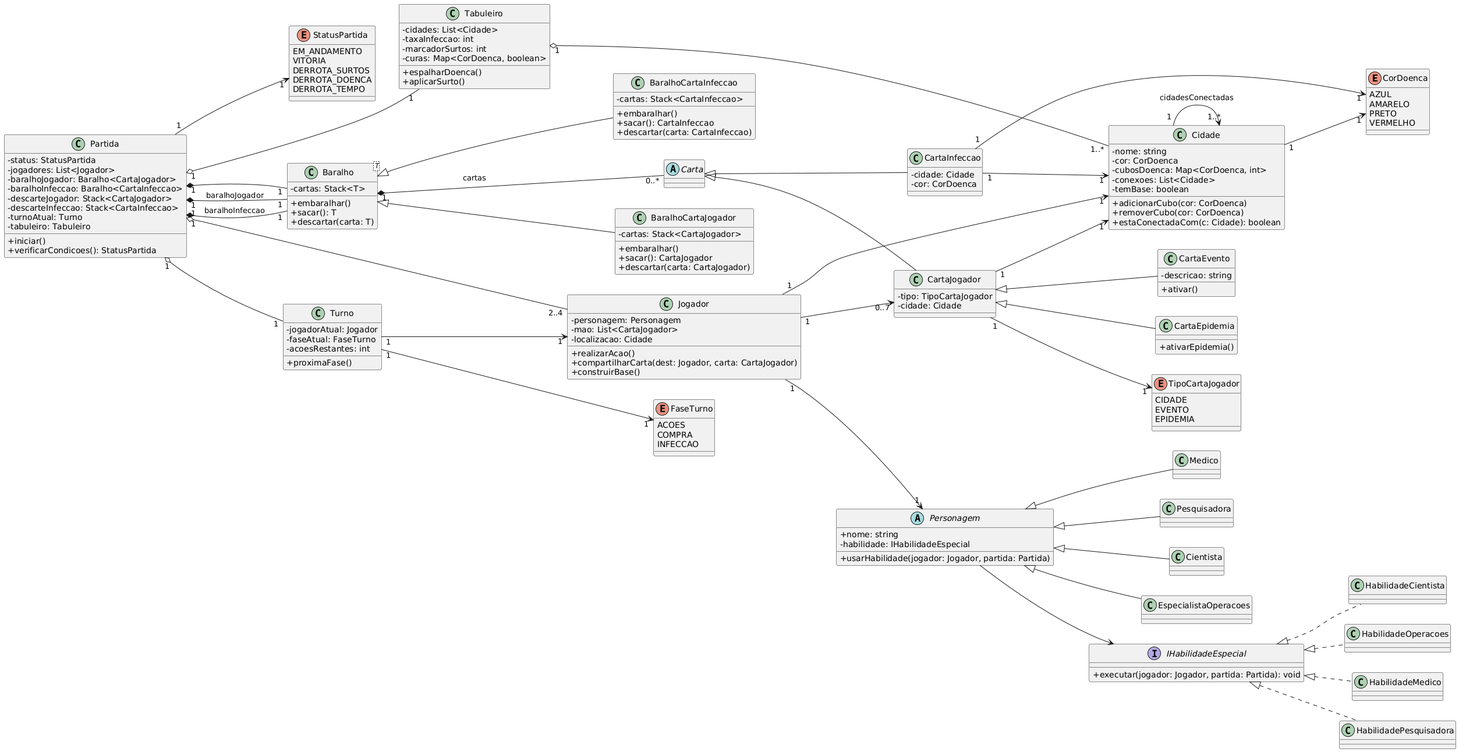
This is docs/diagram/class/pandemic_class_diagram.png from lionezajoao/trabalho-ps, a PlantUML export, as it was before one commit.
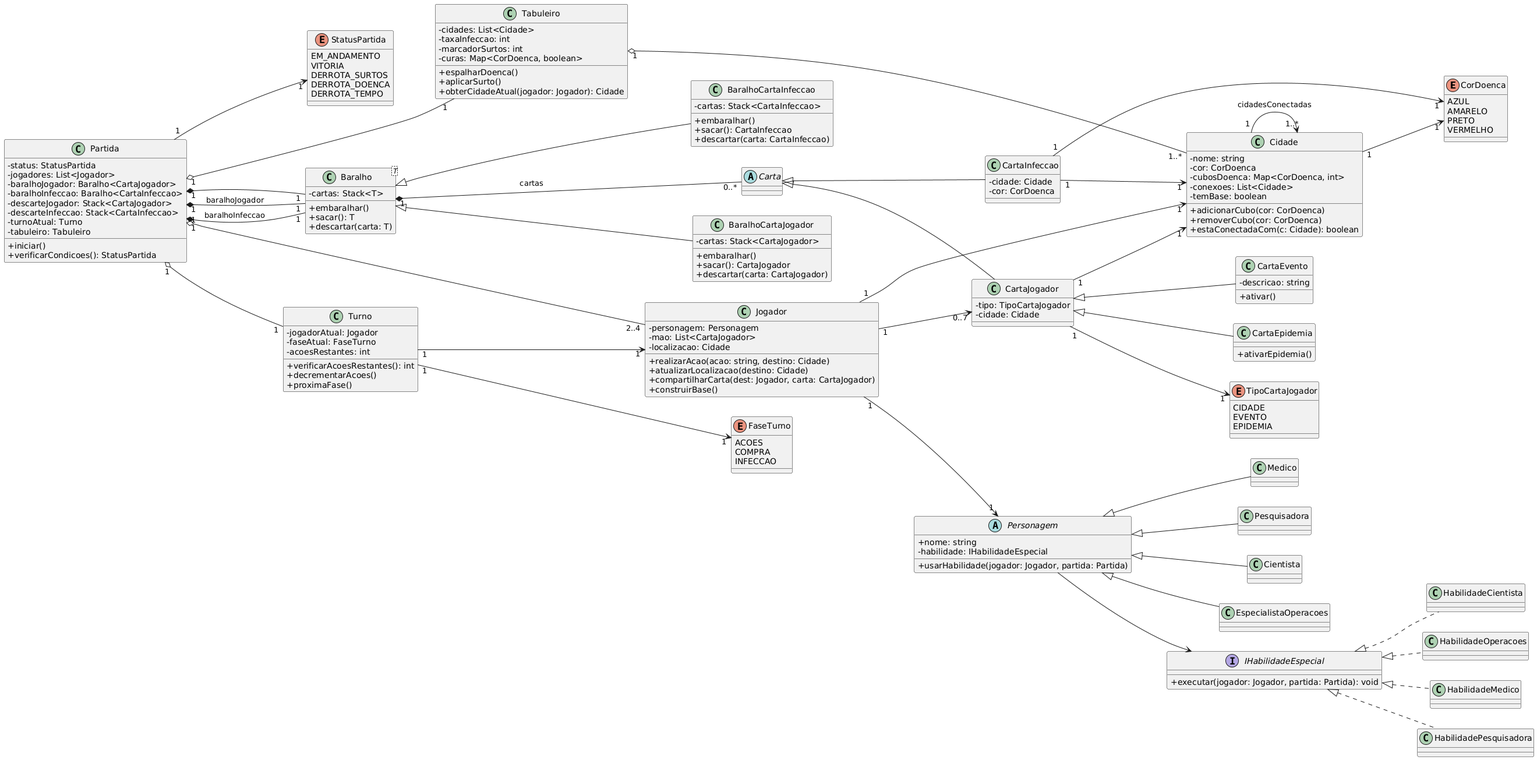
Later version of the same file.

Commit message:
feat: Add sequence diagram for player card discard process

The edit, as a diff of the source:
```diff
@@ -60,6 +60,8 @@
   - jogadorAtual: Jogador
   - faseAtual: FaseTurno
   - acoesRestantes: int
+  + verificarAcoesRestantes(): int
+  + decrementarAcoes()
   + proximaFase()
 }
 
@@ -70,6 +72,7 @@
   - curas: Map<CorDoenca, boolean>
   + espalharDoenca()
   + aplicarSurto()
+  + obterCidadeAtual(jogador: Jogador): Cidade
 }
 
 class Cidade {
@@ -87,7 +90,8 @@
   - personagem: Personagem
   - mao: List<CartaJogador>
   - localizacao: Cidade
-  + realizarAcao()
+  + realizarAcao(acao: string, destino: Cidade)
+  + atualizarLocalizacao(destino: Cidade)
   + compartilharCarta(dest: Jogador, carta: CartaJogador)
   + construirBase()
 }
```
